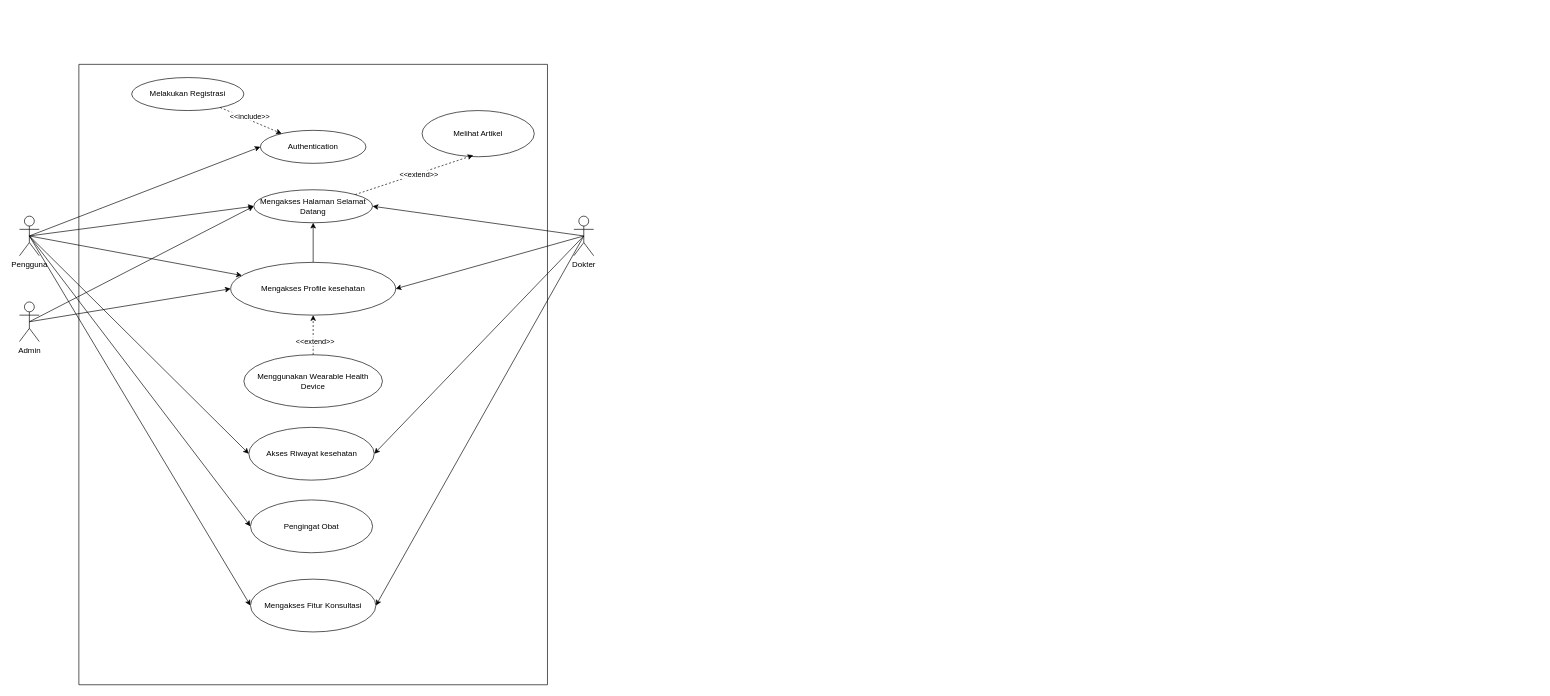
Earlier version of the draw.io diagram page "Page-2" (2 of 2) of diagram usecase careconnect.drawio (Arya-f4/Projek-RKPL). Source tidied: cells renumbered, new cells numbered last; positions are measured from the earlier drawing's top-left corner, leaving out a move shared by most shapes. Both pictures are drawn from the tidied source at 66%, with x=0, y=0 at pixel (19, 64).
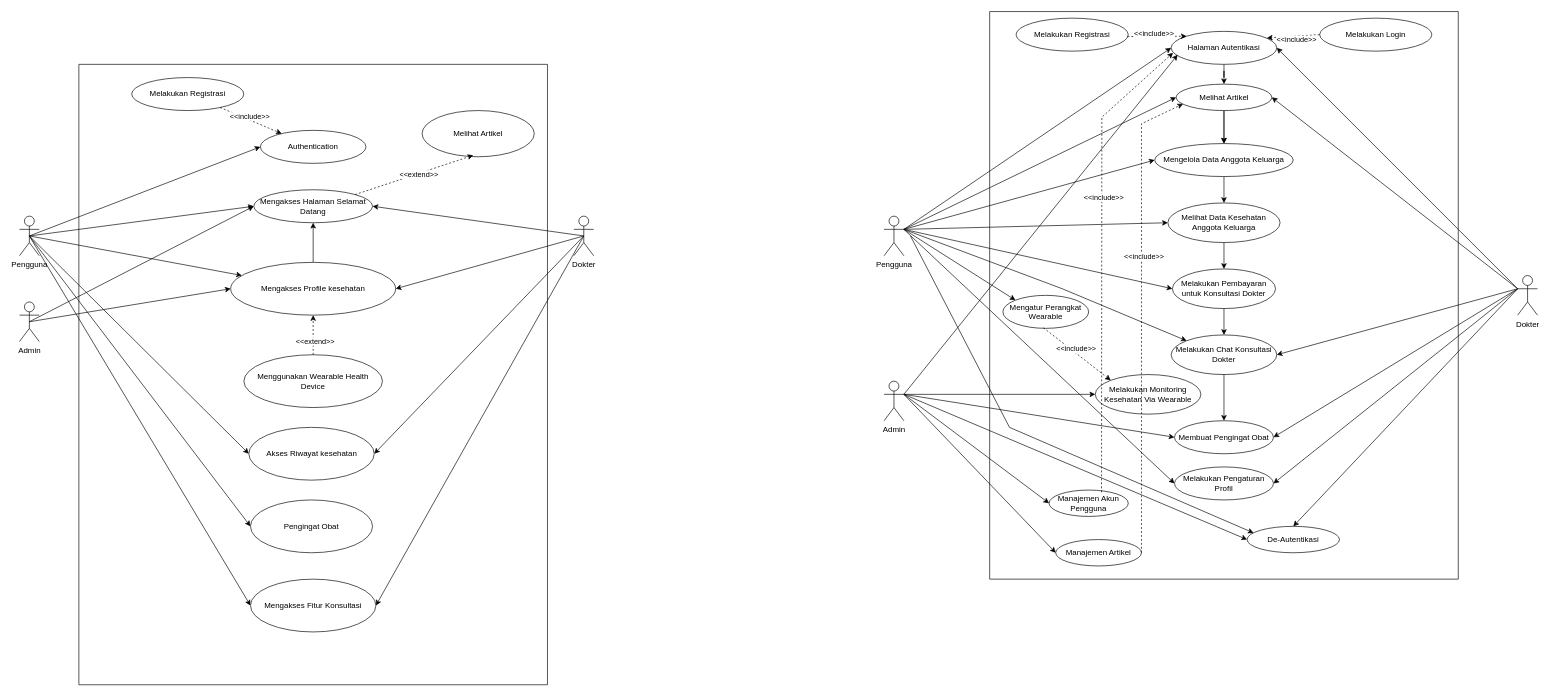
The same page after the edit.

Change to the diagram source:
```diff
@@
+    <mxCell id="34" style="swimlane;startSize=0;" parent="1" vertex="1">
+      <mxGeometry x="1470" y="-80" width="710" height="860" as="geometry" />
+    </mxCell>
+    <mxCell id="35" style="edgeStyle=orthogonalEdgeStyle;rounded=0;jettySize=auto;html=1;exitX=0.5;exitY=1;exitDx=0;exitDy=0;" parent="34" edge="1" source="39" target="41">
+      <mxGeometry relative="1" as="geometry" />
+    </mxCell>
+    <mxCell id="36" style="edgeStyle=orthogonalEdgeStyle;rounded=0;jettySize=auto;html=1;entryX=0.5;entryY=0;entryDx=0;entryDy=0;" parent="34" edge="1" source="37" target="39">
+      <mxGeometry relative="1" as="geometry" />
+    </mxCell>
+    <mxCell id="37" value="Halaman Autentikasi" style="ellipse;whiteSpace=wrap;html=1;" parent="34" vertex="1">
+      <mxGeometry x="275" y="30" width="160" height="50" as="geometry" />
+    </mxCell>
+    <mxCell id="38" style="edgeStyle=orthogonalEdgeStyle;rounded=0;jettySize=auto;html=1;" parent="34" edge="1" source="39" target="41">
+      <mxGeometry relative="1" as="geometry" />
+    </mxCell>
+    <mxCell id="39" value="Melihat Artikel" style="ellipse;whiteSpace=wrap;html=1;" parent="34" vertex="1">
+      <mxGeometry x="282.5" y="110" width="145" height="40" as="geometry" />
+    </mxCell>
+    <mxCell id="40" style="edgeStyle=orthogonalEdgeStyle;rounded=0;jettySize=auto;html=1;" parent="34" edge="1" source="41" target="47">
+      <mxGeometry relative="1" as="geometry" />
+    </mxCell>
+    <mxCell id="41" value="Mengelola Data Anggota Keluarga" style="ellipse;whiteSpace=wrap;html=1;" parent="34" vertex="1">
+      <mxGeometry x="250" y="200" width="210" height="50" as="geometry" />
+    </mxCell>
+    <mxCell id="42" value="Melakukan Monitoring Kesehatan Via Wearable" style="ellipse;whiteSpace=wrap;html=1;" parent="34" vertex="1">
+      <mxGeometry x="160" y="550" width="160" height="60" as="geometry" />
+    </mxCell>
+    <mxCell id="43" style="edgeStyle=orthogonalEdgeStyle;rounded=0;jettySize=auto;html=1;" parent="34" edge="1" source="44" target="45">
+      <mxGeometry relative="1" as="geometry" />
+    </mxCell>
+    <mxCell id="44" value="Melakukan Pembayaran untuk Konsultasi Dokter" style="ellipse;whiteSpace=wrap;html=1;" parent="34" vertex="1">
+      <mxGeometry x="276.9" y="390" width="156.2" height="60" as="geometry" />
+    </mxCell>
+    <mxCell id="45" value="Melakukan Chat Konsultasi Dokter" style="ellipse;whiteSpace=wrap;html=1;" parent="34" vertex="1">
+      <mxGeometry x="275" y="490" width="160" height="60" as="geometry" />
+    </mxCell>
+    <mxCell id="46" style="edgeStyle=orthogonalEdgeStyle;rounded=0;jettySize=auto;html=1;" parent="34" edge="1" source="47" target="44">
+      <mxGeometry relative="1" as="geometry" />
+    </mxCell>
+    <mxCell id="47" value="Melihat Data Kesehatan Anggota Keluarga" style="ellipse;whiteSpace=wrap;html=1;" parent="34" vertex="1">
+      <mxGeometry x="270" y="290" width="170" height="60" as="geometry" />
+    </mxCell>
+    <mxCell id="48" value="Membuat Pengingat Obat" style="ellipse;whiteSpace=wrap;html=1;" parent="34" vertex="1">
+      <mxGeometry x="280" y="620" width="150" height="50" as="geometry" />
+    </mxCell>
+    <mxCell id="49" value="Melakukan Pengaturan Profil" style="ellipse;whiteSpace=wrap;html=1;" parent="34" vertex="1">
+      <mxGeometry x="280" y="690" width="150" height="50" as="geometry" />
+    </mxCell>
+    <mxCell id="50" value="Manajemen Akun Pengguna" style="ellipse;whiteSpace=wrap;html=1;" parent="34" vertex="1">
+      <mxGeometry x="90" y="725" width="120" height="40" as="geometry" />
+    </mxCell>
+    <mxCell id="51" value="Manajemen Artikel" style="ellipse;whiteSpace=wrap;html=1;" parent="34" vertex="1">
+      <mxGeometry x="100" y="800" width="130" height="40" as="geometry" />
+    </mxCell>
+    <mxCell id="52" value="Mengatur Perangkat Wearable" style="ellipse;whiteSpace=wrap;html=1;" parent="34" vertex="1">
+      <mxGeometry x="20" y="430" width="130" height="50" as="geometry" />
+    </mxCell>
+    <mxCell id="53" style="endArrow=classic;html=1;rounded=0;entryX=1;entryY=0.5;entryDx=0;entryDy=0;" parent="34" edge="1" target="49">
+      <mxGeometry relative="1" as="geometry">
+        <mxPoint x="800" y="420" as="sourcePoint" />
+      </mxGeometry>
+    </mxCell>
+    <mxCell id="54" value="Melakukan Registrasi" style="ellipse;whiteSpace=wrap;html=1;" parent="34" vertex="1">
+      <mxGeometry x="40" y="10" width="170" height="50" as="geometry" />
+    </mxCell>
+    <mxCell id="55" value="Melakukan Login" style="ellipse;whiteSpace=wrap;html=1;" parent="34" vertex="1">
+      <mxGeometry x="500" y="10" width="170" height="50" as="geometry" />
+    </mxCell>
+    <mxCell id="56" style="rounded=0;jettySize=auto;html=1;dashed=1;exitX=0.992;exitY=0.558;exitDx=0;exitDy=0;exitPerimeter=0;entryX=0;entryY=0;entryDx=0;entryDy=0;" parent="34" edge="1" source="54" target="37">
+      <mxGeometry relative="1" as="geometry" />
+    </mxCell>
+    <mxCell id="57" value="&amp;lt;&amp;lt;include&amp;gt;&amp;gt;" style="edgeLabel;html=1;align=center;verticalAlign=middle;" parent="56" vertex="1">
+      <mxGeometry x="-0.1" y="5" relative="1" as="geometry" />
+    </mxCell>
+    <mxCell id="58" style="rounded=0;jettySize=auto;html=1;dashed=1;exitX=0.473;exitY=0.983;exitDx=0;exitDy=0;entryX=0;entryY=0;entryDx=0;entryDy=0;exitPerimeter=0;" parent="34" edge="1" source="52" target="42">
+      <mxGeometry relative="1" as="geometry" />
+    </mxCell>
+    <mxCell id="59" value="&amp;lt;&amp;lt;include&amp;gt;&amp;gt;" style="edgeLabel;html=1;align=center;verticalAlign=middle;" parent="58" vertex="1">
+      <mxGeometry x="-0.1" y="5" relative="1" as="geometry" />
+    </mxCell>
+    <mxCell id="60" style="endArrow=classic;html=1;rounded=0;exitX=0.5;exitY=1;exitDx=0;exitDy=0;entryX=0.5;entryY=0;entryDx=0;entryDy=0;" parent="34" edge="1" source="45" target="48">
+      <mxGeometry relative="1" as="geometry" />
+    </mxCell>
+    <mxCell id="61" style="rounded=0;jettySize=auto;html=1;dashed=1;entryX=0.018;entryY=0.651;entryDx=0;entryDy=0;entryPerimeter=0;exitX=0.662;exitY=0.083;exitDx=0;exitDy=0;exitPerimeter=0;" parent="34" edge="1" source="50" target="37">
+      <mxGeometry relative="1" as="geometry">
+        <Array as="points">
+          <mxPoint x="170" y="160" />
+        </Array>
+      </mxGeometry>
+    </mxCell>
+    <mxCell id="62" value="&amp;lt;&amp;lt;include&amp;gt;&amp;gt;" style="edgeLabel;html=1;align=center;verticalAlign=middle;" parent="61" vertex="1">
+      <mxGeometry x="-0.1" y="5" relative="1" as="geometry">
+        <mxPoint x="8" y="-126" as="offset" />
+      </mxGeometry>
+    </mxCell>
+    <mxCell id="63" value="De-Autentikasi" style="ellipse;whiteSpace=wrap;html=1;" parent="34" vertex="1">
+      <mxGeometry x="390" y="780" width="140" height="40" as="geometry" />
+    </mxCell>
+    <mxCell id="64" value="Dokter" style="shape=umlActor;verticalLabelPosition=bottom;verticalAlign=top;html=1;outlineConnect=0;" parent="1" vertex="1">
+      <mxGeometry x="2270" y="320" width="30" height="60" as="geometry" />
+    </mxCell>
+    <mxCell id="65" value="Pengguna" style="shape=umlActor;verticalLabelPosition=bottom;verticalAlign=top;html=1;outlineConnect=0;" parent="1" vertex="1">
+      <mxGeometry x="1310" y="230" width="30" height="60" as="geometry" />
+    </mxCell>
+    <mxCell id="66" value="Admin" style="shape=umlActor;verticalLabelPosition=bottom;verticalAlign=top;html=1;outlineConnect=0;" parent="1" vertex="1">
+      <mxGeometry x="1310" y="480" width="30" height="60" as="geometry" />
+    </mxCell>
+    <mxCell id="67" style="endArrow=classic;html=1;rounded=0;exitX=1;exitY=0.3333333333333333;exitDx=0;exitDy=0;exitPerimeter=0;entryX=0;entryY=0.5;entryDx=0;entryDy=0;" parent="1" edge="1" source="65" target="37">
+      <mxGeometry relative="1" as="geometry" />
+    </mxCell>
+    <mxCell id="68" style="endArrow=classic;html=1;rounded=0;exitX=1;exitY=0.3333333333333333;exitDx=0;exitDy=0;exitPerimeter=0;entryX=0.061;entryY=0.711;entryDx=0;entryDy=0;entryPerimeter=0;" parent="1" edge="1" source="66" target="37">
+      <mxGeometry relative="1" as="geometry" />
+    </mxCell>
+    <mxCell id="69" style="endArrow=classic;html=1;rounded=0;exitX=0;exitY=0.3333333333333333;exitDx=0;exitDy=0;exitPerimeter=0;entryX=1;entryY=0.5;entryDx=0;entryDy=0;" parent="1" edge="1" source="64" target="37">
+      <mxGeometry relative="1" as="geometry" />
+    </mxCell>
+    <mxCell id="70" style="endArrow=classic;html=1;rounded=0;exitX=1;exitY=0.3333333333333333;exitDx=0;exitDy=0;exitPerimeter=0;entryX=0;entryY=0.5;entryDx=0;entryDy=0;" parent="1" edge="1" source="66" target="50">
+      <mxGeometry relative="1" as="geometry" />
+    </mxCell>
+    <mxCell id="71" style="endArrow=classic;html=1;rounded=0;exitX=1;exitY=0.3333333333333333;exitDx=0;exitDy=0;exitPerimeter=0;entryX=0;entryY=0.5;entryDx=0;entryDy=0;" parent="1" edge="1" source="66" target="51">
+      <mxGeometry relative="1" as="geometry" />
+    </mxCell>
+    <mxCell id="72" style="endArrow=classic;html=1;rounded=0;exitX=0;exitY=0.3333333333333333;exitDx=0;exitDy=0;exitPerimeter=0;entryX=1;entryY=0.5;entryDx=0;entryDy=0;" parent="1" edge="1" source="64" target="39">
+      <mxGeometry relative="1" as="geometry" />
+    </mxCell>
+    <mxCell id="73" style="endArrow=classic;html=1;rounded=0;entryX=1;entryY=0.5;entryDx=0;entryDy=0;" parent="1" edge="1" target="48">
+      <mxGeometry relative="1" as="geometry">
+        <mxPoint x="2270" y="340" as="sourcePoint" />
+      </mxGeometry>
+    </mxCell>
+    <mxCell id="74" style="endArrow=classic;html=1;rounded=0;exitX=1;exitY=0.3333333333333333;exitDx=0;exitDy=0;exitPerimeter=0;entryX=0;entryY=0;entryDx=0;entryDy=0;" parent="1" edge="1" source="65" target="52">
+      <mxGeometry relative="1" as="geometry" />
+    </mxCell>
+    <mxCell id="75" style="endArrow=classic;html=1;rounded=0;exitX=1;exitY=0.3333333333333333;exitDx=0;exitDy=0;exitPerimeter=0;entryX=0;entryY=0.5;entryDx=0;entryDy=0;" parent="1" edge="1" source="65" target="41">
+      <mxGeometry relative="1" as="geometry" />
+    </mxCell>
+    <mxCell id="76" style="endArrow=classic;html=1;rounded=0;exitX=1;exitY=0.3333333333333333;exitDx=0;exitDy=0;exitPerimeter=0;entryX=0;entryY=0.5;entryDx=0;entryDy=0;" parent="1" edge="1" source="65" target="47">
+      <mxGeometry relative="1" as="geometry" />
+    </mxCell>
+    <mxCell id="77" style="endArrow=classic;html=1;rounded=0;entryX=0;entryY=0.5;entryDx=0;entryDy=0;" parent="1" edge="1" target="44">
+      <mxGeometry relative="1" as="geometry">
+        <mxPoint x="1340" y="250" as="sourcePoint" />
+      </mxGeometry>
+    </mxCell>
+    <mxCell id="78" style="endArrow=classic;html=1;rounded=0;entryX=0;entryY=0.5;entryDx=0;entryDy=0;" parent="1" edge="1" target="39">
+      <mxGeometry relative="1" as="geometry">
+        <mxPoint x="1340" y="250" as="sourcePoint" />
+      </mxGeometry>
+    </mxCell>
+    <mxCell id="79" style="endArrow=classic;html=1;rounded=0;entryX=1;entryY=0.5;entryDx=0;entryDy=0;exitX=0;exitY=0.3333333333333333;exitDx=0;exitDy=0;exitPerimeter=0;" parent="1" edge="1" source="64" target="45">
+      <mxGeometry relative="1" as="geometry" />
+    </mxCell>
+    <mxCell id="80" style="endArrow=classic;html=1;rounded=0;exitX=1;exitY=0.3333333333333333;exitDx=0;exitDy=0;exitPerimeter=0;entryX=0;entryY=0;entryDx=0;entryDy=0;" parent="1" edge="1" source="65" target="45">
+      <mxGeometry relative="1" as="geometry">
+        <Array as="points">
+          <mxPoint x="1580" y="340" />
+        </Array>
+      </mxGeometry>
+    </mxCell>
+    <mxCell id="81" style="endArrow=classic;html=1;rounded=0;exitX=1;exitY=0.3333333333333333;exitDx=0;exitDy=0;exitPerimeter=0;entryX=0;entryY=0.5;entryDx=0;entryDy=0;" parent="1" edge="1" source="65" target="49">
+      <mxGeometry relative="1" as="geometry" />
+    </mxCell>
+    <mxCell id="82" style="endArrow=classic;html=1;rounded=0;exitX=1;exitY=0.3333333333333333;exitDx=0;exitDy=0;exitPerimeter=0;entryX=0;entryY=0.5;entryDx=0;entryDy=0;" parent="1" edge="1" source="66" target="42">
+      <mxGeometry relative="1" as="geometry" />
+    </mxCell>
+    <mxCell id="83" style="endArrow=classic;html=1;rounded=0;exitX=1;exitY=0.3333333333333333;exitDx=0;exitDy=0;exitPerimeter=0;entryX=0;entryY=0.5;entryDx=0;entryDy=0;" parent="1" edge="1" source="66" target="48">
+      <mxGeometry relative="1" as="geometry" />
+    </mxCell>
+    <mxCell id="84" style="rounded=0;jettySize=auto;html=1;dashed=1;exitX=0;exitY=0.5;exitDx=0;exitDy=0;" parent="1" edge="1" source="55">
+      <mxGeometry relative="1" as="geometry">
+        <mxPoint x="1890" y="-40" as="targetPoint" />
+      </mxGeometry>
+    </mxCell>
+    <mxCell id="85" value="&amp;lt;&amp;lt;include&amp;gt;&amp;gt;" style="edgeLabel;html=1;align=center;verticalAlign=middle;" parent="84" vertex="1">
+      <mxGeometry x="-0.1" y="5" relative="1" as="geometry" />
+    </mxCell>
+    <mxCell id="86" style="rounded=0;jettySize=auto;html=1;dashed=1;entryX=0;entryY=0.5;entryDx=0;entryDy=0;exitX=1;exitY=0.5;exitDx=0;exitDy=0;" parent="1" edge="1" source="51">
+      <mxGeometry relative="1" as="geometry">
+        <mxPoint x="1763" y="60" as="targetPoint" />
+        <Array as="points">
+          <mxPoint x="1700" y="90" />
+        </Array>
+      </mxGeometry>
+    </mxCell>
+    <mxCell id="87" value="&amp;lt;&amp;lt;include&amp;gt;&amp;gt;" style="edgeLabel;html=1;align=center;verticalAlign=middle;" parent="86" vertex="1">
+      <mxGeometry x="-0.1" y="5" relative="1" as="geometry">
+        <mxPoint x="8" y="-126" as="offset" />
+      </mxGeometry>
+    </mxCell>
+    <mxCell id="88" style="endArrow=classic;html=1;rounded=0;entryX=0.5;entryY=0;entryDx=0;entryDy=0;exitX=0;exitY=0.3333333333333333;exitDx=0;exitDy=0;exitPerimeter=0;" parent="1" edge="1" source="64" target="63">
+      <mxGeometry relative="1" as="geometry" />
+    </mxCell>
+    <mxCell id="89" style="endArrow=classic;html=1;rounded=0;exitX=1;exitY=0.3333333333333333;exitDx=0;exitDy=0;exitPerimeter=0;entryX=0;entryY=0.5;entryDx=0;entryDy=0;" parent="1" edge="1" source="66" target="63">
+      <mxGeometry relative="1" as="geometry" />
+    </mxCell>
+    <mxCell id="90" style="endArrow=classic;html=1;rounded=0;exitX=1;exitY=0.3333333333333333;exitDx=0;exitDy=0;exitPerimeter=0;entryX=0.071;entryY=0.25;entryDx=0;entryDy=0;entryPerimeter=0;" parent="1" edge="1" target="63">
+      <mxGeometry relative="1" as="geometry">
+        <mxPoint x="1350" y="260" as="sourcePoint" />
+        <Array as="points">
+          <mxPoint x="1500" y="550" />
+        </Array>
+      </mxGeometry>
+    </mxCell>
```
